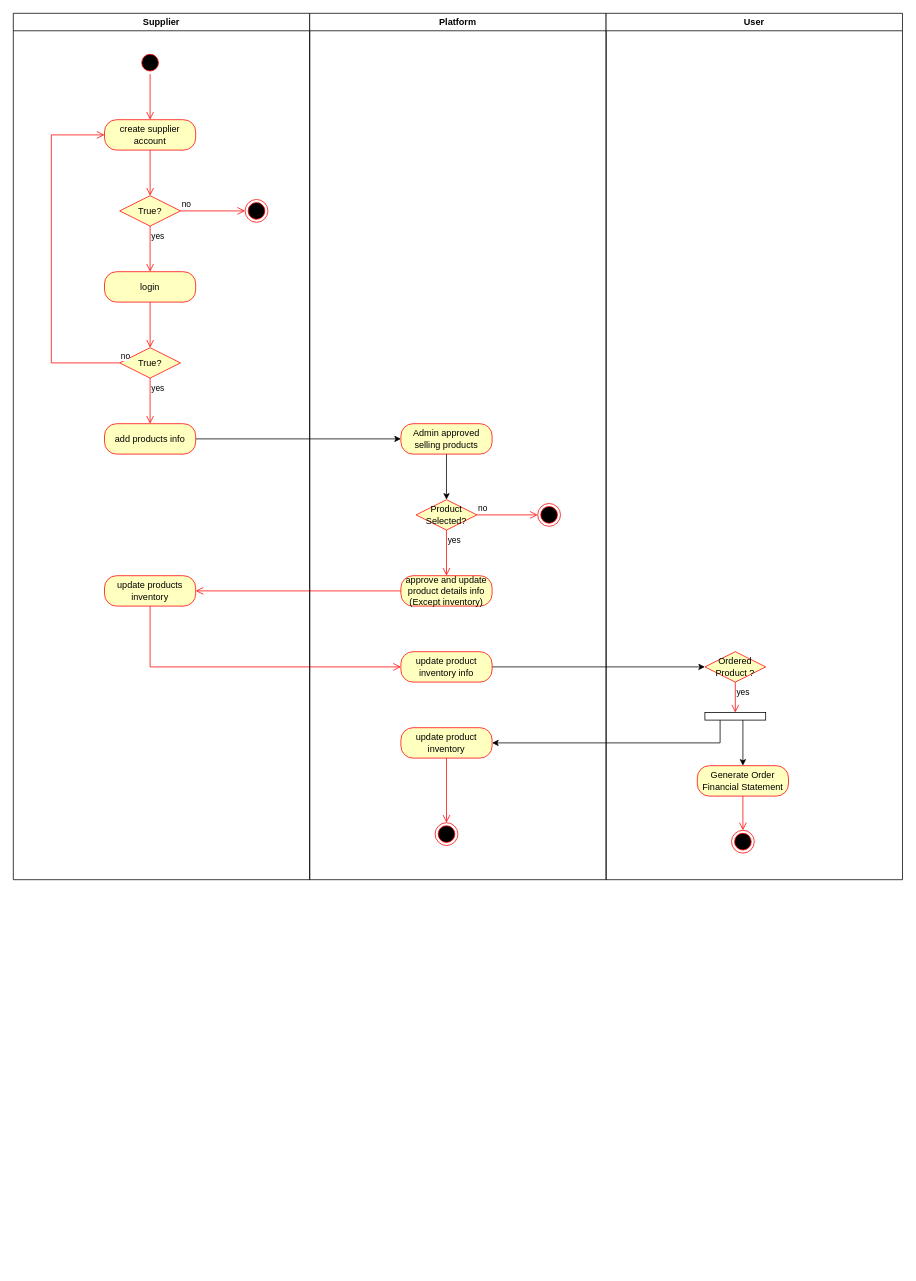
Before: page "Activity Diagram" (2 of 7) of 1 System Analysis Diagram/Use Case_PlatformSuppliers_Cart-Service.drawio in CHAITANYA510/QuickMall-eCommerce, a draw.io diagram. Source tidied: cells renumbered, new cells numbered last; positions are measured from the earlier drawing's top-left corner, leaving out a move shared by most shapes. Both pictures are drawn from the tidied source at 76%, with x=0, y=0 at pixel (13, 13).
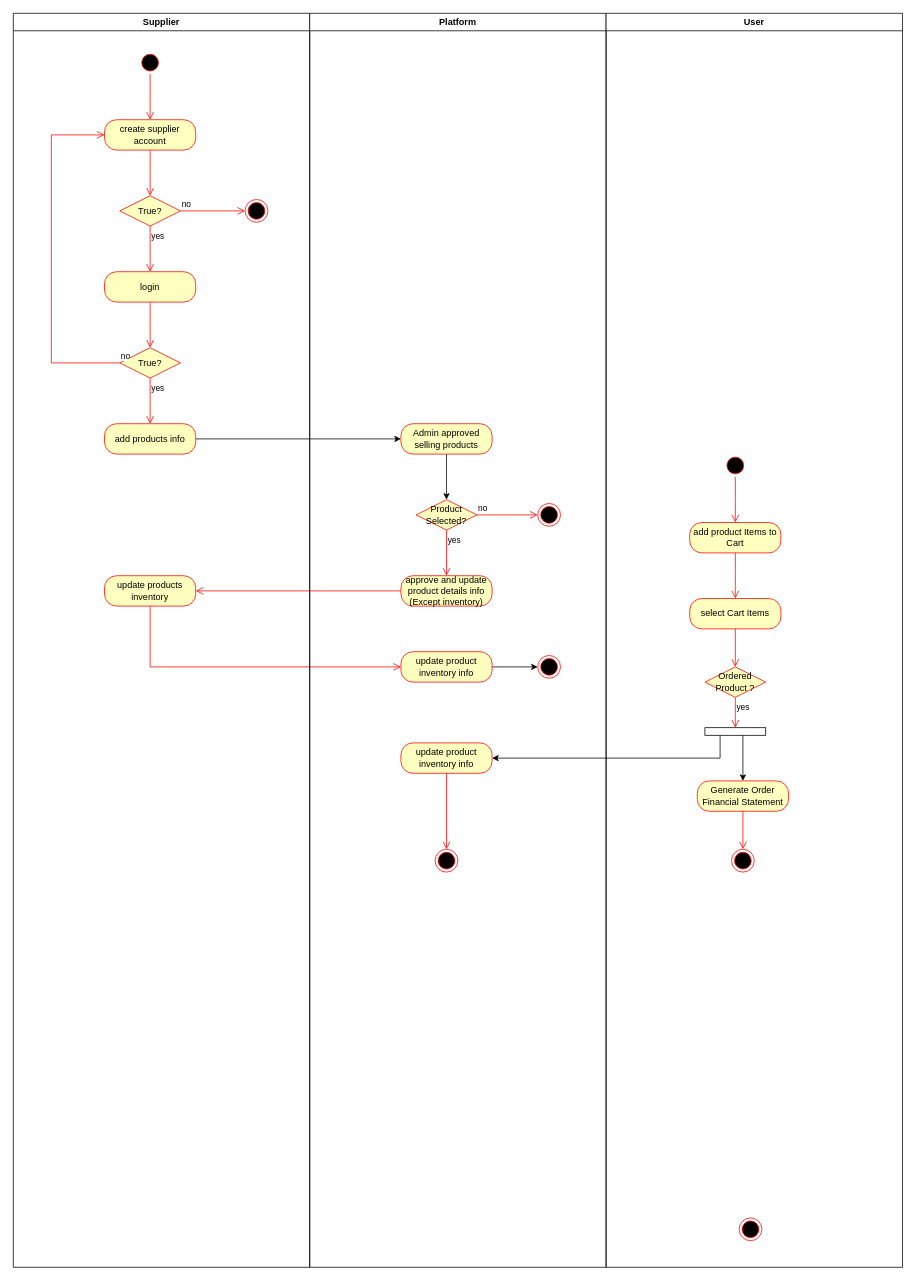
Above is the later version.

Unchanged cells that the change refers to:
```xml
<mxCell id="28" value="update product inventory info" style="rounded=1;whiteSpace=wrap;html=1;arcSize=40;fontColor=#000000;fillColor=#ffffc0;strokeColor=#ff0000;" parent="1" vertex="1">
  <mxGeometry x="510" y="840" width="120" height="40" as="geometry" />
</mxCell>
```

What changed in the source:
```diff
@@
-    <mxCell id="27" style="edgeStyle=orthogonalEdgeStyle;rounded=0;jettySize=auto;html=1;exitX=1;exitY=0.5;exitDx=0;exitDy=0;entryX=0;entryY=0.5;entryDx=0;entryDy=0;" parent="1" edge="1" source="28" target="31">
-      <mxGeometry relative="1" as="geometry" />
-    </mxCell>
+    <mxCell id="43" style="edgeStyle=orthogonalEdgeStyle;rounded=0;jettySize=auto;html=1;exitX=1;exitY=0.5;exitDx=0;exitDy=0;entryX=0;entryY=0.5;entryDx=0;entryDy=0;" parent="1" edge="1" source="28" target="44">
+      <mxGeometry relative="1" as="geometry" />
+    </mxCell>
@@
+    <mxCell id="40" value="Supplier" style="swimlane;" parent="1" vertex="1">
+      <mxGeometry width="390" height="1650" as="geometry" />
+    </mxCell>
+    <mxCell id="41" value="Platform" style="swimlane;" parent="1" vertex="1">
+      <mxGeometry x="390" width="390" height="1650" as="geometry" />
+    </mxCell>
+    <mxCell id="38" style="ellipse;html=1;shape=endState;fillColor=#000000;strokeColor=#ff0000;" parent="41" vertex="1">
+      <mxGeometry x="165" y="1100" width="30" height="30" as="geometry" />
+    </mxCell>
+    <mxCell id="44" style="ellipse;html=1;shape=endState;fillColor=#000000;strokeColor=#ff0000;" parent="41" vertex="1">
+      <mxGeometry x="300" y="845" width="30" height="30" as="geometry" />
+    </mxCell>
+    <mxCell id="42" value="User" style="swimlane;" parent="1" vertex="1">
+      <mxGeometry x="780" width="390" height="1650" as="geometry" />
+    </mxCell>
-    <mxCell id="29" value="update product inventory" style="rounded=1;whiteSpace=wrap;html=1;arcSize=40;fontColor=#000000;fillColor=#ffffc0;strokeColor=#ff0000;" parent="1" vertex="1">
-      <mxGeometry x="510" y="940" width="120" height="40" as="geometry" />
+    <mxCell id="29" value="update product inventory info" style="rounded=1;whiteSpace=wrap;html=1;arcSize=40;fontColor=#000000;fillColor=#ffffc0;strokeColor=#ff0000;" parent="42" vertex="1">
+      <mxGeometry x="-270" y="960" width="120" height="40" as="geometry" />
     </mxCell>
-    <mxCell id="30" style="edgeStyle=orthogonalEdgeStyle;html=1;verticalAlign=bottom;endArrow=open;endSize=8;strokeColor=#ff0000;rounded=0;" parent="1" edge="1" source="29" target="38">
-      <mxGeometry relative="1" as="geometry" />
-    </mxCell>
-    <mxCell id="31" value="Ordered Product ?" style="rhombus;whiteSpace=wrap;html=1;fillColor=#ffffc0;strokeColor=#ff0000;" parent="1" vertex="1">
-      <mxGeometry x="910" y="840" width="80" height="40" as="geometry" />
+    <mxCell id="31" value="Ordered Product ?" style="rhombus;whiteSpace=wrap;html=1;fillColor=#ffffc0;strokeColor=#ff0000;" parent="42" vertex="1">
+      <mxGeometry x="130" y="860" width="80" height="40" as="geometry" />
     </mxCell>
-    <mxCell id="32" value="yes" style="edgeStyle=orthogonalEdgeStyle;html=1;align=left;verticalAlign=top;endArrow=open;endSize=8;strokeColor=#ff0000;rounded=0;exitX=0.5;exitY=1;exitDx=0;exitDy=0;" parent="1" edge="1" source="31">
+    <mxCell id="32" value="yes" style="edgeStyle=orthogonalEdgeStyle;html=1;align=left;verticalAlign=top;endArrow=open;endSize=8;strokeColor=#ff0000;rounded=0;exitX=0.5;exitY=1;exitDx=0;exitDy=0;" parent="42" edge="1" source="31">
       <mxGeometry x="-1" relative="1" as="geometry">
-        <mxPoint x="950" y="920" as="targetPoint" />
+        <mxPoint x="170" y="940" as="targetPoint" />
       </mxGeometry>
     </mxCell>
-    <mxCell id="33" style="edgeStyle=orthogonalEdgeStyle;rounded=0;jettySize=auto;html=1;exitX=1;exitY=0.75;exitDx=0;exitDy=0;entryX=1;entryY=0.5;entryDx=0;entryDy=0;exitPerimeter=0;" parent="1" edge="1" source="36" target="29">
+    <mxCell id="33" style="edgeStyle=orthogonalEdgeStyle;rounded=0;jettySize=auto;html=1;exitX=1;exitY=0.75;exitDx=0;exitDy=0;entryX=1;entryY=0.5;entryDx=0;entryDy=0;exitPerimeter=0;" parent="42" edge="1" source="36" target="29">
       <mxGeometry relative="1" as="geometry">
         <Array as="points">
-          <mxPoint x="930" y="960" />
-          <mxPoint x="630" y="960" />
+          <mxPoint x="150" y="980" />
+          <mxPoint x="-150" y="980" />
         </Array>
       </mxGeometry>
     </mxCell>
-    <mxCell id="34" value="Generate Order Financial Statement" style="rounded=1;whiteSpace=wrap;html=1;arcSize=40;fontColor=#000000;fillColor=#ffffc0;strokeColor=#ff0000;" parent="1" vertex="1">
-      <mxGeometry x="900" y="990" width="120" height="40" as="geometry" />
+    <mxCell id="34" value="Generate Order Financial Statement" style="rounded=1;whiteSpace=wrap;html=1;arcSize=40;fontColor=#000000;fillColor=#ffffc0;strokeColor=#ff0000;" parent="42" vertex="1">
+      <mxGeometry x="120" y="1010" width="120" height="40" as="geometry" />
     </mxCell>
-    <mxCell id="35" style="edgeStyle=orthogonalEdgeStyle;html=1;verticalAlign=bottom;endArrow=open;endSize=8;strokeColor=#ff0000;rounded=0;" parent="1" edge="1" source="34" target="39">
-      <mxGeometry relative="1" as="geometry" />
-    </mxCell>
-    <mxCell id="36" style="html=1;points=[];perimeter=orthogonalPerimeter;direction=south;" parent="1" vertex="1">
-      <mxGeometry x="910" y="920" width="80" height="10" as="geometry" />
+    <mxCell id="36" style="html=1;points=[];perimeter=orthogonalPerimeter;direction=south;" parent="42" vertex="1">
+      <mxGeometry x="130" y="940" width="80" height="10" as="geometry" />
     </mxCell>
-    <mxCell id="37" style="endArrow=classic;html=1;rounded=0;" parent="1" edge="1" target="34">
+    <mxCell id="37" style="endArrow=classic;html=1;rounded=0;" parent="42" edge="1" target="34">
       <mxGeometry relative="1" as="geometry">
-        <mxPoint x="960" y="930" as="sourcePoint" />
+        <mxPoint x="180" y="950" as="sourcePoint" />
       </mxGeometry>
     </mxCell>
-    <mxCell id="38" style="ellipse;html=1;shape=endState;fillColor=#000000;strokeColor=#ff0000;" parent="1" vertex="1">
-      <mxGeometry x="555" y="1065" width="30" height="30" as="geometry" />
-    </mxCell>
-    <mxCell id="39" style="ellipse;html=1;shape=endState;fillColor=#000000;strokeColor=#ff0000;" parent="1" vertex="1">
-      <mxGeometry x="945" y="1075" width="30" height="30" as="geometry" />
+    <mxCell id="39" style="ellipse;html=1;shape=endState;fillColor=#000000;strokeColor=#ff0000;" parent="42" vertex="1">
+      <mxGeometry x="175" y="1585" width="30" height="30" as="geometry" />
     </mxCell>
-    <mxCell id="40" value="Supplier" style="swimlane;" parent="1" vertex="1">
-      <mxGeometry width="390" height="1140" as="geometry" />
-    </mxCell>
-    <mxCell id="41" value="Platform" style="swimlane;" parent="1" vertex="1">
-      <mxGeometry x="390" width="390" height="1140" as="geometry" />
-    </mxCell>
-    <mxCell id="42" value="User" style="swimlane;" parent="1" vertex="1">
-      <mxGeometry x="780" width="390" height="1140" as="geometry" />
-    </mxCell>
+    <mxCell id="45" style="ellipse;html=1;shape=startState;fillColor=#000000;strokeColor=#ff0000;" parent="42" vertex="1">
+      <mxGeometry x="155" y="580" width="30" height="30" as="geometry" />
+    </mxCell>
+    <mxCell id="46" style="edgeStyle=orthogonalEdgeStyle;html=1;verticalAlign=bottom;endArrow=open;endSize=8;strokeColor=#ff0000;rounded=0;" parent="42" edge="1" source="45">
+      <mxGeometry relative="1" as="geometry">
+        <mxPoint x="170" y="670" as="targetPoint" />
+      </mxGeometry>
+    </mxCell>
+    <mxCell id="47" value="add product Items to Cart" style="rounded=1;whiteSpace=wrap;html=1;arcSize=40;fontColor=#000000;fillColor=#ffffc0;strokeColor=#ff0000;" parent="42" vertex="1">
+      <mxGeometry x="110" y="670" width="120" height="40" as="geometry" />
+    </mxCell>
+    <mxCell id="48" style="edgeStyle=orthogonalEdgeStyle;html=1;verticalAlign=bottom;endArrow=open;endSize=8;strokeColor=#ff0000;rounded=0;" parent="42" edge="1" source="47">
+      <mxGeometry relative="1" as="geometry">
+        <mxPoint x="170" y="770" as="targetPoint" />
+      </mxGeometry>
+    </mxCell>
+    <mxCell id="49" value="select Cart Items" style="rounded=1;whiteSpace=wrap;html=1;arcSize=40;fontColor=#000000;fillColor=#ffffc0;strokeColor=#ff0000;" parent="42" vertex="1">
+      <mxGeometry x="110" y="770" width="120" height="40" as="geometry" />
+    </mxCell>
+    <mxCell id="50" style="edgeStyle=orthogonalEdgeStyle;html=1;verticalAlign=bottom;endArrow=open;endSize=8;strokeColor=#ff0000;rounded=0;entryX=0.5;entryY=0;entryDx=0;entryDy=0;" parent="42" edge="1" source="49" target="31">
+      <mxGeometry relative="1" as="geometry" />
+    </mxCell>
+    <mxCell id="51" style="ellipse;html=1;shape=endState;fillColor=#000000;strokeColor=#ff0000;" parent="42" vertex="1">
+      <mxGeometry x="165" y="1100" width="30" height="30" as="geometry" />
+    </mxCell>
+    <mxCell id="35" style="edgeStyle=orthogonalEdgeStyle;html=1;verticalAlign=bottom;endArrow=open;endSize=8;strokeColor=#ff0000;rounded=0;" parent="42" edge="1" source="34" target="51">
+      <mxGeometry relative="1" as="geometry" />
+    </mxCell>
+    <mxCell id="30" style="edgeStyle=orthogonalEdgeStyle;html=1;verticalAlign=bottom;endArrow=open;endSize=8;strokeColor=#ff0000;rounded=0;" parent="1" edge="1" source="29" target="38">
+      <mxGeometry relative="1" as="geometry" />
+    </mxCell>
```
